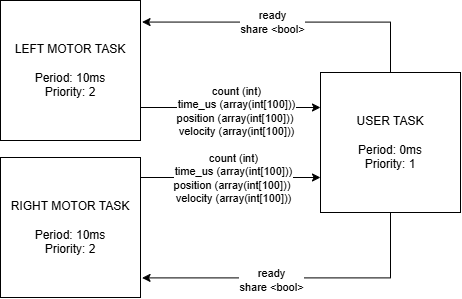
Before: LAB0x03/ME4305LAB0x03TD.drawio.png, a diagram exported from draw.io (aVetrova04/ME4305). Source tidied: cells renumbered, new cells last; positions are measured from the earlier drawing's top-left corner, leaving out a move shared by most shapes.
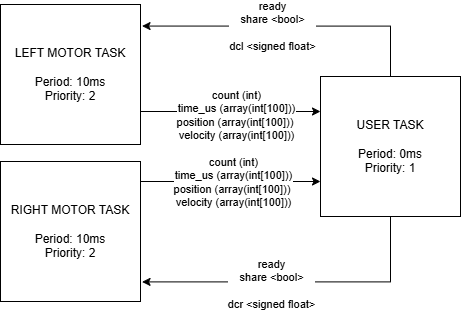
Above is the later version.

Diff of the diagram source:
```diff
@@ -40,7 +40,7 @@
         </Array>
       </mxGeometry>
     </mxCell>
-    <mxCell id="10" value="ready&lt;div&gt;share &amp;lt;bool&amp;gt;&lt;/div&gt;" style="edgeLabel;html=1;align=center;verticalAlign=middle;" parent="9" vertex="1">
+    <mxCell id="10" value="ready&lt;div&gt;share &amp;lt;bool&amp;gt;&lt;/div&gt;&lt;div&gt;&lt;br&gt;&lt;/div&gt;&lt;div&gt;dcl &amp;lt;signed float&amp;gt;&lt;/div&gt;" style="edgeLabel;html=1;align=center;verticalAlign=middle;" parent="9" vertex="1">
       <mxGeometry x="0.13" relative="1" as="geometry" />
     </mxCell>
     <mxCell id="11" style="edgeStyle=orthogonalEdgeStyle;rounded=0;jettySize=auto;html=1;entryX=1.011;entryY=0.86;entryDx=0;entryDy=0;entryPerimeter=0;" parent="1" edge="1" source="8" target="7">
@@ -50,7 +50,7 @@
         </Array>
       </mxGeometry>
     </mxCell>
-    <mxCell id="12" value="ready&lt;div&gt;share &amp;lt;bool&amp;gt;&lt;/div&gt;" style="edgeLabel;html=1;align=center;verticalAlign=middle;" parent="11" vertex="1">
+    <mxCell id="12" value="ready&lt;div&gt;share &amp;lt;bool&amp;gt;&lt;/div&gt;&lt;div&gt;&lt;br&gt;&lt;/div&gt;&lt;div&gt;dcr &amp;lt;signed float&amp;gt;&lt;/div&gt;" style="edgeLabel;html=1;align=center;verticalAlign=middle;" parent="11" vertex="1">
       <mxGeometry x="0.18" y="2" relative="1" as="geometry" />
     </mxCell>
   </root>
```
